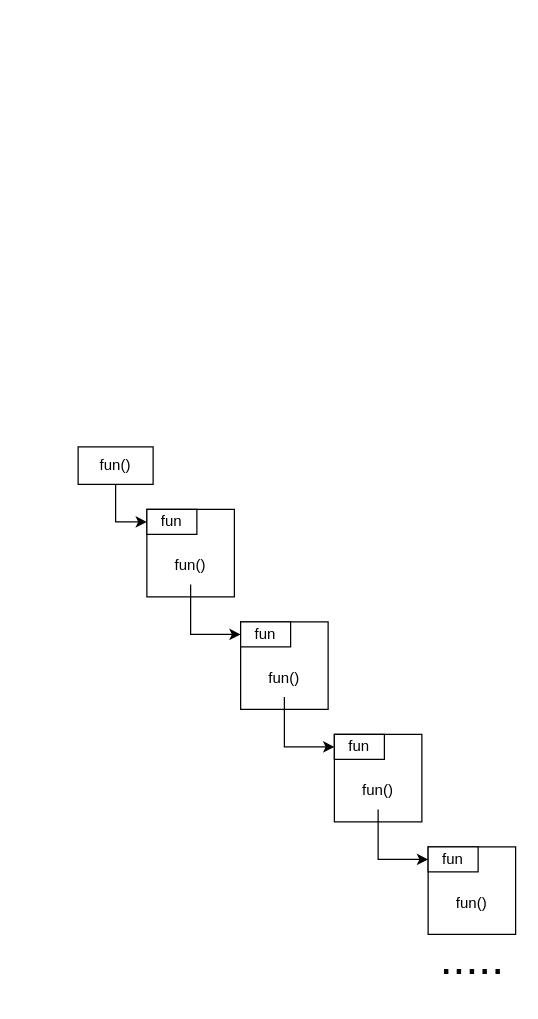
Before: page "第 17 页" (18 of 20) of Untitled Diagram.drawio in wujinzhe/course, a draw.io diagram. Source tidied: cells renumbered, new cells numbered last; positions are measured from the earlier drawing's top-left corner, leaving out a move shared by most shapes. Both pictures are drawn from the tidied source at 125%, with x=0, y=0 at pixel (78, 446).
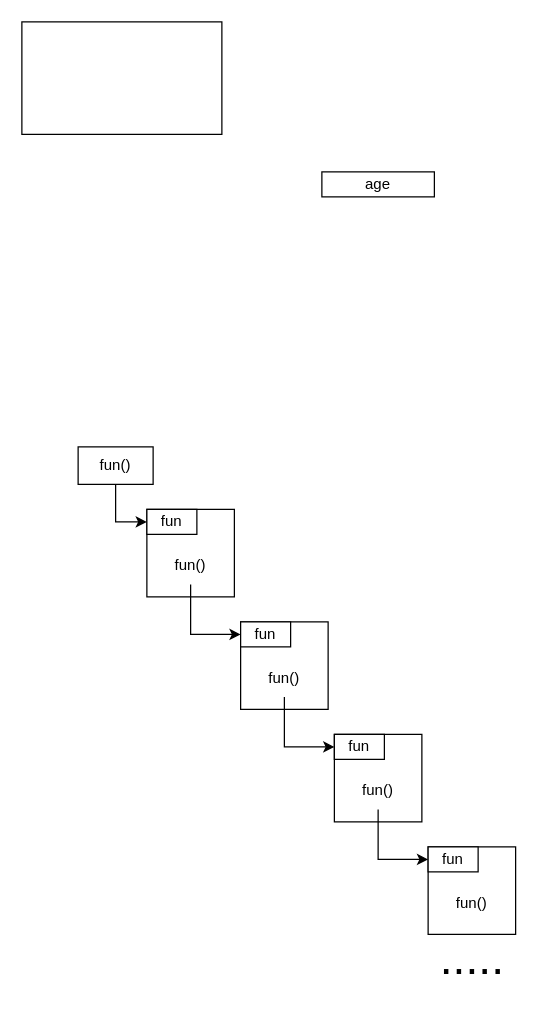
After the change.

The edit, as a diff of the source:
```diff
@@
+    <mxCell id="20" style="rounded=0;whiteSpace=wrap;html=1;" parent="1" vertex="1">
+      <mxGeometry x="-45" y="-340" width="160" height="90" as="geometry" />
+    </mxCell>
+    <mxCell id="21" value="age" style="rounded=0;whiteSpace=wrap;html=1;" parent="1" vertex="1">
+      <mxGeometry x="195" y="-220" width="90" height="20" as="geometry" />
+    </mxCell>
```
